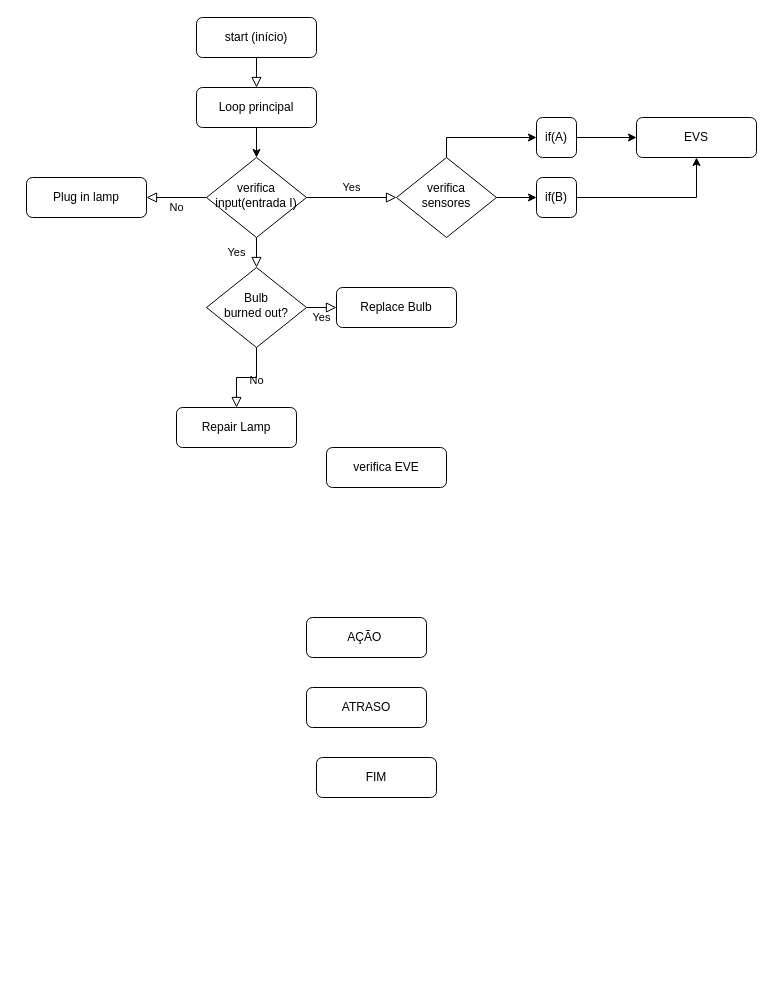
nervaljunior/arquitetura-de-computadores keeps this draw.io diagram as Diagrama sem nome.drawio. Above is the earlier version. Source tidied: cells renumbered, new cells numbered last; positions are measured from the earlier drawing's top-left corner, leaving out a move shared by most shapes. Both pictures are drawn from the tidied source at 100%, with x=0, y=0 at pixel (26, 17).
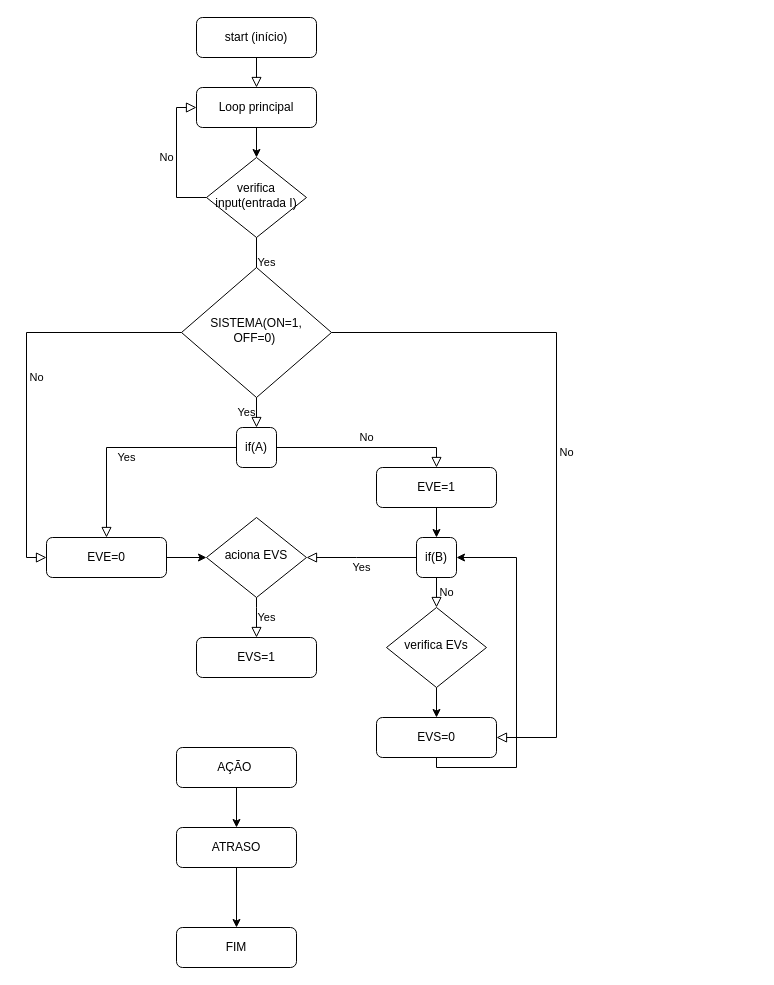
The same diagram, later.

Unchanged cells that the change refers to:
```xml
<mxCell id="6" value="verifica input(entrada I)" style="rhombus;whiteSpace=wrap;html=1;shadow=0;fontFamily=Helvetica;fontSize=12;align=center;strokeWidth=1;spacing=6;spacingTop=-4;" parent="1" vertex="1">
  <mxGeometry x="180" y="140" width="100" height="80" as="geometry" />
</mxCell>
<mxCell id="14" value="Loop principal" style="rounded=1;whiteSpace=wrap;html=1;fontSize=12;glass=0;strokeWidth=1;shadow=0;" parent="1" vertex="1">
  <mxGeometry x="170" y="70" width="120" height="40" as="geometry" />
</mxCell>
```

What changed in the source:
```diff
@@
-    <mxCell id="4" value="Yes" style="rounded=0;html=1;jettySize=auto;fontSize=11;endArrow=block;endFill=0;endSize=8;strokeWidth=1;shadow=0;labelBackgroundColor=none;edgeStyle=orthogonalEdgeStyle;" parent="1" edge="1" source="6" target="10">
-      <mxGeometry y="20" relative="1" as="geometry" />
-    </mxCell>
-    <mxCell id="5" value="No" style="edgeStyle=orthogonalEdgeStyle;rounded=0;html=1;jettySize=auto;fontSize=11;endArrow=block;endFill=0;endSize=8;strokeWidth=1;shadow=0;labelBackgroundColor=none;" parent="1" edge="1" source="6" target="7">
-      <mxGeometry y="10" relative="1" as="geometry" />
+    <mxCell id="5" value="No" style="edgeStyle=orthogonalEdgeStyle;rounded=0;html=1;jettySize=auto;fontSize=11;endArrow=block;endFill=0;endSize=8;strokeWidth=1;shadow=0;labelBackgroundColor=none;entryX=0;entryY=0.5;entryDx=0;entryDy=0;" parent="1" edge="1" source="6" target="14">
+      <mxGeometry y="10" relative="1" as="geometry">
+        <Array as="points">
+          <mxPoint x="150" y="180" />
+          <mxPoint x="150" y="90" />
+        </Array>
+      </mxGeometry>
     </mxCell>
@@
-    <mxCell id="7" value="Plug in lamp" style="rounded=1;whiteSpace=wrap;html=1;fontSize=12;glass=0;strokeWidth=1;shadow=0;" parent="1" vertex="1">
-      <mxGeometry y="160" width="120" height="40" as="geometry" />
-    </mxCell>
-    <mxCell id="8" value="No" style="rounded=0;html=1;jettySize=auto;fontSize=11;endArrow=block;endFill=0;endSize=8;strokeWidth=1;shadow=0;labelBackgroundColor=none;edgeStyle=orthogonalEdgeStyle;" parent="1" edge="1" source="10" target="11">
-      <mxGeometry x="0.33" y="20" relative="1" as="geometry" />
-    </mxCell>
-    <mxCell id="9" value="Yes" style="edgeStyle=orthogonalEdgeStyle;rounded=0;html=1;jettySize=auto;fontSize=11;endArrow=block;endFill=0;endSize=8;strokeWidth=1;shadow=0;labelBackgroundColor=none;" parent="1" edge="1" source="10" target="12">
-      <mxGeometry y="10" relative="1" as="geometry" />
+    <mxCell id="9" value="Yes" style="edgeStyle=orthogonalEdgeStyle;rounded=0;html=1;jettySize=auto;fontSize=11;endArrow=block;endFill=0;endSize=8;strokeWidth=1;shadow=0;labelBackgroundColor=none;entryX=0.5;entryY=0;entryDx=0;entryDy=0;exitX=0.5;exitY=1;exitDx=0;exitDy=0;" parent="1" edge="1" source="10" target="16">
+      <mxGeometry y="10" relative="1" as="geometry">
+        <Array as="points">
+          <mxPoint x="230" y="590" />
+          <mxPoint x="230" y="590" />
+        </Array>
+      </mxGeometry>
     </mxCell>
-    <mxCell id="10" value="Bulb&lt;br&gt;burned out?" style="rhombus;whiteSpace=wrap;html=1;shadow=0;fontFamily=Helvetica;fontSize=12;align=center;strokeWidth=1;spacing=6;spacingTop=-4;" parent="1" vertex="1">
-      <mxGeometry x="180" y="250" width="100" height="80" as="geometry" />
+    <mxCell id="10" value="aciona EVS" style="rhombus;whiteSpace=wrap;html=1;shadow=0;fontFamily=Helvetica;fontSize=12;align=center;strokeWidth=1;spacing=6;spacingTop=-4;" parent="1" vertex="1">
+      <mxGeometry x="180" y="500" width="100" height="80" as="geometry" />
     </mxCell>
-    <mxCell id="11" value="Repair Lamp" style="rounded=1;whiteSpace=wrap;html=1;fontSize=12;glass=0;strokeWidth=1;shadow=0;" parent="1" vertex="1">
-      <mxGeometry x="150" y="390" width="120" height="40" as="geometry" />
-    </mxCell>
-    <mxCell id="12" value="Replace Bulb" style="rounded=1;whiteSpace=wrap;html=1;fontSize=12;glass=0;strokeWidth=1;shadow=0;" parent="1" vertex="1">
-      <mxGeometry x="310" y="270" width="120" height="40" as="geometry" />
-    </mxCell>
@@
-    <mxCell id="15" value="Yes" style="edgeStyle=orthogonalEdgeStyle;rounded=0;html=1;jettySize=auto;fontSize=11;endArrow=block;endFill=0;endSize=8;strokeWidth=1;shadow=0;labelBackgroundColor=none;exitX=1;exitY=0.5;exitDx=0;exitDy=0;entryX=0;entryY=0.5;entryDx=0;entryDy=0;" parent="1" edge="1" source="6" target="23">
-      <mxGeometry y="10" relative="1" as="geometry" />
+    <mxCell id="15" value="Yes" style="edgeStyle=orthogonalEdgeStyle;rounded=0;html=1;jettySize=auto;fontSize=11;endArrow=block;endFill=0;endSize=8;strokeWidth=1;shadow=0;labelBackgroundColor=none;exitX=0.5;exitY=1;exitDx=0;exitDy=0;entryX=0.5;entryY=0;entryDx=0;entryDy=0;" parent="1" edge="1" source="6" target="23">
+      <mxGeometry y="10" relative="1" as="geometry">
+        <Array as="points">
+          <mxPoint x="230" y="260" />
+          <mxPoint x="230" y="260" />
+        </Array>
+      </mxGeometry>
     </mxCell>
-    <mxCell id="16" value="EVS" style="rounded=1;whiteSpace=wrap;html=1;fontSize=12;glass=0;strokeWidth=1;shadow=0;" parent="1" vertex="1">
-      <mxGeometry x="610" y="100" width="120" height="40" as="geometry" />
+    <mxCell id="16" value="EVS=1" style="rounded=1;whiteSpace=wrap;html=1;fontSize=12;glass=0;strokeWidth=1;shadow=0;" parent="1" vertex="1">
+      <mxGeometry x="170" y="620" width="120" height="40" as="geometry" />
     </mxCell>
-    <mxCell id="17" value="verifica EVE" style="rounded=1;whiteSpace=wrap;html=1;fontSize=12;glass=0;strokeWidth=1;shadow=0;" parent="1" vertex="1">
-      <mxGeometry x="300" y="430" width="120" height="40" as="geometry" />
-    </mxCell>
+    <mxCell id="28" style="edgeStyle=orthogonalEdgeStyle;rounded=0;jettySize=auto;html=1;exitX=0.5;exitY=1;exitDx=0;exitDy=0;entryX=0.5;entryY=0;entryDx=0;entryDy=0;" parent="1" edge="1" source="18" target="19">
+      <mxGeometry relative="1" as="geometry" />
+    </mxCell>
     <mxCell id="18" value="AÇÃO&amp;nbsp;" style="rounded=1;whiteSpace=wrap;html=1;fontSize=12;glass=0;strokeWidth=1;shadow=0;" parent="1" vertex="1">
-      <mxGeometry x="280" y="600" width="120" height="40" as="geometry" />
+      <mxGeometry x="150" y="730" width="120" height="40" as="geometry" />
     </mxCell>
+    <mxCell id="29" style="edgeStyle=orthogonalEdgeStyle;rounded=0;jettySize=auto;html=1;exitX=0.5;exitY=1;exitDx=0;exitDy=0;entryX=0.5;entryY=0;entryDx=0;entryDy=0;" parent="1" edge="1" source="19" target="20">
+      <mxGeometry relative="1" as="geometry" />
+    </mxCell>
     <mxCell id="19" value="ATRASO&lt;br&gt;" style="rounded=1;whiteSpace=wrap;html=1;fontSize=12;glass=0;strokeWidth=1;shadow=0;" parent="1" vertex="1">
-      <mxGeometry x="280" y="670" width="120" height="40" as="geometry" />
+      <mxGeometry x="150" y="810" width="120" height="40" as="geometry" />
     </mxCell>
     <mxCell id="20" value="FIM" style="rounded=1;whiteSpace=wrap;html=1;fontSize=12;glass=0;strokeWidth=1;shadow=0;" parent="1" vertex="1">
-      <mxGeometry x="290" y="740" width="120" height="40" as="geometry" />
+      <mxGeometry x="150" y="910" width="120" height="40" as="geometry" />
     </mxCell>
+    <mxCell id="23" value="SISTEMA(ON=1, OFF=0)&amp;nbsp;" style="rhombus;whiteSpace=wrap;html=1;shadow=0;fontFamily=Helvetica;fontSize=12;align=center;strokeWidth=1;spacing=6;spacingTop=-4;" parent="1" vertex="1">
+      <mxGeometry x="155" y="250" width="150" height="130" as="geometry" />
+    </mxCell>
+    <mxCell id="25" value="if(A)" style="rounded=1;whiteSpace=wrap;html=1;fontSize=12;glass=0;strokeWidth=1;shadow=0;" parent="1" vertex="1">
+      <mxGeometry x="210" y="410" width="40" height="40" as="geometry" />
+    </mxCell>
+    <mxCell id="27" value="if(B)" style="rounded=1;whiteSpace=wrap;html=1;fontSize=12;glass=0;strokeWidth=1;shadow=0;" parent="1" vertex="1">
+      <mxGeometry x="390" y="520" width="40" height="40" as="geometry" />
+    </mxCell>
+    <mxCell id="30" value="Yes" style="edgeStyle=orthogonalEdgeStyle;rounded=0;html=1;jettySize=auto;fontSize=11;endArrow=block;endFill=0;endSize=8;strokeWidth=1;shadow=0;labelBackgroundColor=none;exitX=0;exitY=0.5;exitDx=0;exitDy=0;entryX=0.5;entryY=0;entryDx=0;entryDy=0;" parent="1" edge="1" source="25" target="39">
+      <mxGeometry y="10" relative="1" as="geometry">
+        <Array as="points">
+          <mxPoint x="80" y="430" />
+        </Array>
+      </mxGeometry>
+    </mxCell>
+    <mxCell id="31" value="No" style="edgeStyle=orthogonalEdgeStyle;rounded=0;html=1;jettySize=auto;fontSize=11;endArrow=block;endFill=0;endSize=8;strokeWidth=1;shadow=0;labelBackgroundColor=none;entryX=0.5;entryY=0;entryDx=0;entryDy=0;exitX=1;exitY=0.5;exitDx=0;exitDy=0;" parent="1" edge="1" source="25" target="43">
+      <mxGeometry y="10" relative="1" as="geometry">
+        <Array as="points">
+          <mxPoint x="410" y="430" />
+        </Array>
+      </mxGeometry>
+    </mxCell>
+    <mxCell id="32" value="Yes" style="edgeStyle=orthogonalEdgeStyle;rounded=0;html=1;jettySize=auto;fontSize=11;endArrow=block;endFill=0;endSize=8;strokeWidth=1;shadow=0;labelBackgroundColor=none;exitX=0;exitY=0.5;exitDx=0;exitDy=0;entryX=1;entryY=0.5;entryDx=0;entryDy=0;" parent="1" edge="1" source="27" target="10">
+      <mxGeometry y="10" relative="1" as="geometry">
+        <Array as="points">
+          <mxPoint x="330" y="540" />
+          <mxPoint x="330" y="540" />
+        </Array>
+      </mxGeometry>
+    </mxCell>
+    <mxCell id="33" value="No" style="edgeStyle=orthogonalEdgeStyle;rounded=0;html=1;jettySize=auto;fontSize=11;endArrow=block;endFill=0;endSize=8;strokeWidth=1;shadow=0;labelBackgroundColor=none;exitX=0.5;exitY=1;exitDx=0;exitDy=0;entryX=0.5;entryY=0;entryDx=0;entryDy=0;" parent="1" edge="1" source="27" target="37">
+      <mxGeometry y="10" relative="1" as="geometry" />
+    </mxCell>
+    <mxCell id="34" style="edgeStyle=orthogonalEdgeStyle;rounded=0;jettySize=auto;html=1;entryX=1;entryY=0.5;entryDx=0;entryDy=0;exitX=0.5;exitY=1;exitDx=0;exitDy=0;" parent="1" edge="1" source="35" target="27">
+      <mxGeometry relative="1" as="geometry">
+        <Array as="points">
+          <mxPoint x="410" y="750" />
+          <mxPoint x="490" y="750" />
+          <mxPoint x="490" y="540" />
+        </Array>
+      </mxGeometry>
+    </mxCell>
+    <mxCell id="35" value="EVS=0" style="rounded=1;whiteSpace=wrap;html=1;fontSize=12;glass=0;strokeWidth=1;shadow=0;" parent="1" vertex="1">
+      <mxGeometry x="350" y="700" width="120" height="40" as="geometry" />
+    </mxCell>
+    <mxCell id="36" style="edgeStyle=orthogonalEdgeStyle;rounded=0;jettySize=auto;html=1;entryX=0.5;entryY=0;entryDx=0;entryDy=0;" parent="1" edge="1" source="37" target="35">
+      <mxGeometry relative="1" as="geometry" />
+    </mxCell>
+    <mxCell id="37" value="verifica EVs" style="rhombus;whiteSpace=wrap;html=1;shadow=0;fontFamily=Helvetica;fontSize=12;align=center;strokeWidth=1;spacing=6;spacingTop=-4;" parent="1" vertex="1">
+      <mxGeometry x="360" y="590" width="100" height="80" as="geometry" />
+    </mxCell>
+    <mxCell id="38" style="edgeStyle=orthogonalEdgeStyle;rounded=0;jettySize=auto;html=1;entryX=0;entryY=0.5;entryDx=0;entryDy=0;" parent="1" edge="1" source="39" target="10">
+      <mxGeometry relative="1" as="geometry" />
+    </mxCell>
+    <mxCell id="39" value="EVE=0" style="rounded=1;whiteSpace=wrap;html=1;fontSize=12;glass=0;strokeWidth=1;shadow=0;" parent="1" vertex="1">
+      <mxGeometry x="20" y="520" width="120" height="40" as="geometry" />
+    </mxCell>
-    <mxCell id="21" style="edgeStyle=orthogonalEdgeStyle;rounded=0;jettySize=auto;html=1;exitX=0.5;exitY=0;exitDx=0;exitDy=0;entryX=0;entryY=0.5;entryDx=0;entryDy=0;" parent="1" edge="1" source="23" target="25">
-      <mxGeometry relative="1" as="geometry" />
+    <mxCell id="21" value="Yes" style="edgeStyle=orthogonalEdgeStyle;rounded=0;html=1;jettySize=auto;fontSize=11;endArrow=block;endFill=0;endSize=8;strokeWidth=1;shadow=0;labelBackgroundColor=none;entryX=0.5;entryY=0;entryDx=0;entryDy=0;" parent="1" edge="1" source="23" target="25">
+      <mxGeometry y="10" relative="1" as="geometry" />
     </mxCell>
-    <mxCell id="22" style="edgeStyle=orthogonalEdgeStyle;rounded=0;jettySize=auto;html=1;exitX=1;exitY=0.5;exitDx=0;exitDy=0;entryX=0;entryY=0.5;entryDx=0;entryDy=0;" parent="1" edge="1" source="23" target="27">
-      <mxGeometry relative="1" as="geometry" />
-    </mxCell>
-    <mxCell id="23" value="verifica sensores" style="rhombus;whiteSpace=wrap;html=1;shadow=0;fontFamily=Helvetica;fontSize=12;align=center;strokeWidth=1;spacing=6;spacingTop=-4;" parent="1" vertex="1">
-      <mxGeometry x="370" y="140" width="100" height="80" as="geometry" />
-    </mxCell>
-    <mxCell id="24" style="edgeStyle=orthogonalEdgeStyle;rounded=0;jettySize=auto;html=1;exitX=1;exitY=0.5;exitDx=0;exitDy=0;entryX=0;entryY=0.5;entryDx=0;entryDy=0;" parent="1" edge="1" source="25" target="16">
-      <mxGeometry relative="1" as="geometry" />
-    </mxCell>
-    <mxCell id="25" value="if(A)" style="rounded=1;whiteSpace=wrap;html=1;fontSize=12;glass=0;strokeWidth=1;shadow=0;" parent="1" vertex="1">
-      <mxGeometry x="510" y="100" width="40" height="40" as="geometry" />
-    </mxCell>
-    <mxCell id="26" style="edgeStyle=orthogonalEdgeStyle;rounded=0;jettySize=auto;html=1;exitX=1;exitY=0.5;exitDx=0;exitDy=0;entryX=0.5;entryY=1;entryDx=0;entryDy=0;" parent="1" edge="1" source="27" target="16">
-      <mxGeometry relative="1" as="geometry" />
-    </mxCell>
-    <mxCell id="27" value="if(B)" style="rounded=1;whiteSpace=wrap;html=1;fontSize=12;glass=0;strokeWidth=1;shadow=0;" parent="1" vertex="1">
-      <mxGeometry x="510" y="160" width="40" height="40" as="geometry" />
-    </mxCell>
+    <mxCell id="40" value="No" style="edgeStyle=orthogonalEdgeStyle;rounded=0;html=1;jettySize=auto;fontSize=11;endArrow=block;endFill=0;endSize=8;strokeWidth=1;shadow=0;labelBackgroundColor=none;entryX=0;entryY=0.5;entryDx=0;entryDy=0;exitX=0;exitY=0.5;exitDx=0;exitDy=0;" parent="1" edge="1" source="23" target="39">
+      <mxGeometry y="10" relative="1" as="geometry" />
+    </mxCell>
+    <mxCell id="41" value="No" style="edgeStyle=orthogonalEdgeStyle;rounded=0;html=1;jettySize=auto;fontSize=11;endArrow=block;endFill=0;endSize=8;strokeWidth=1;shadow=0;labelBackgroundColor=none;entryX=1;entryY=0.5;entryDx=0;entryDy=0;exitX=1;exitY=0.5;exitDx=0;exitDy=0;" parent="1" edge="1" source="23" target="35">
+      <mxGeometry y="10" relative="1" as="geometry">
+        <Array as="points">
+          <mxPoint x="530" y="315" />
+          <mxPoint x="530" y="720" />
+        </Array>
+      </mxGeometry>
+    </mxCell>
+    <mxCell id="42" style="edgeStyle=orthogonalEdgeStyle;rounded=0;jettySize=auto;html=1;entryX=0.5;entryY=0;entryDx=0;entryDy=0;" parent="1" edge="1" source="43" target="27">
+      <mxGeometry relative="1" as="geometry" />
+    </mxCell>
+    <mxCell id="43" value="EVE=1" style="rounded=1;whiteSpace=wrap;html=1;fontSize=12;glass=0;strokeWidth=1;shadow=0;" parent="1" vertex="1">
+      <mxGeometry x="350" y="450" width="120" height="40" as="geometry" />
+    </mxCell>
```
